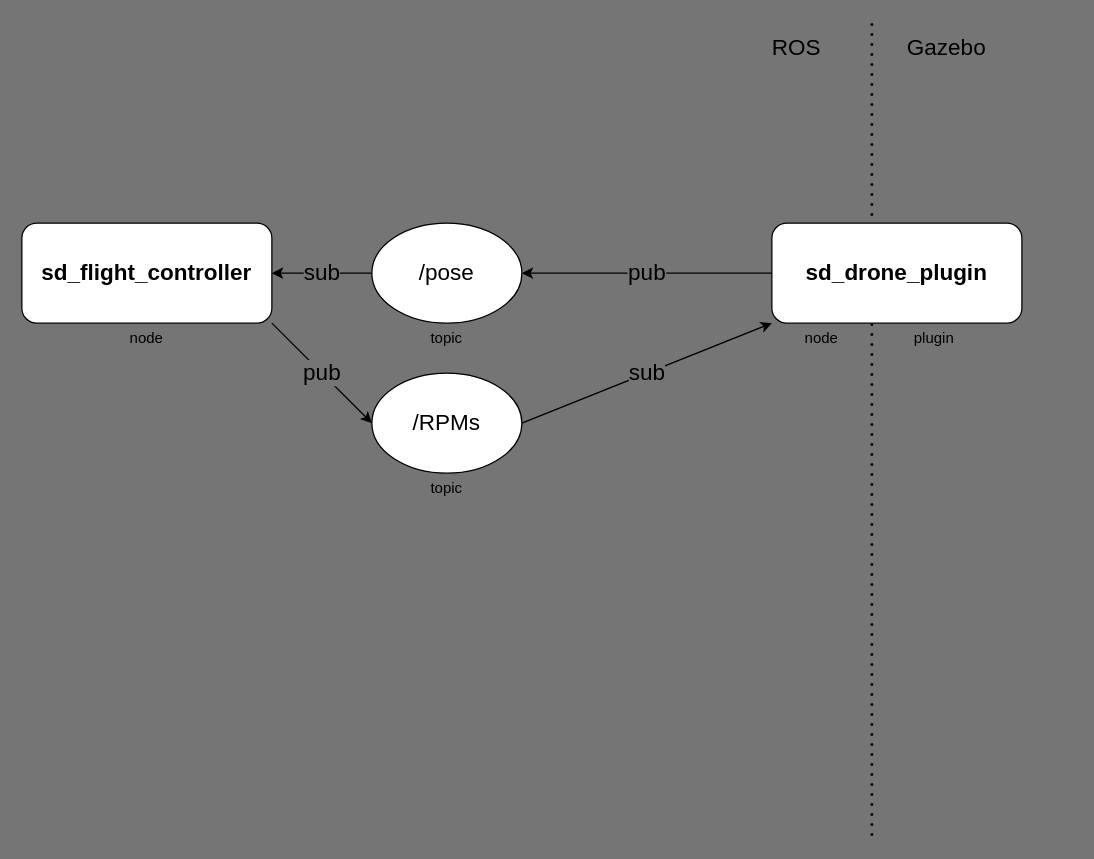
Above: docs/architecture/sd_flight_controller copy.drawio in yusuf-emre-samur/swarm_defense (draw.io), before the change. Source tidied: cells renumbered, new cells numbered last; positions are measured from the earlier drawing's top-left corner, leaving out a move shared by most shapes. Both pictures are drawn from the tidied source at 125%, with x=0, y=0 at pixel (21, 22).
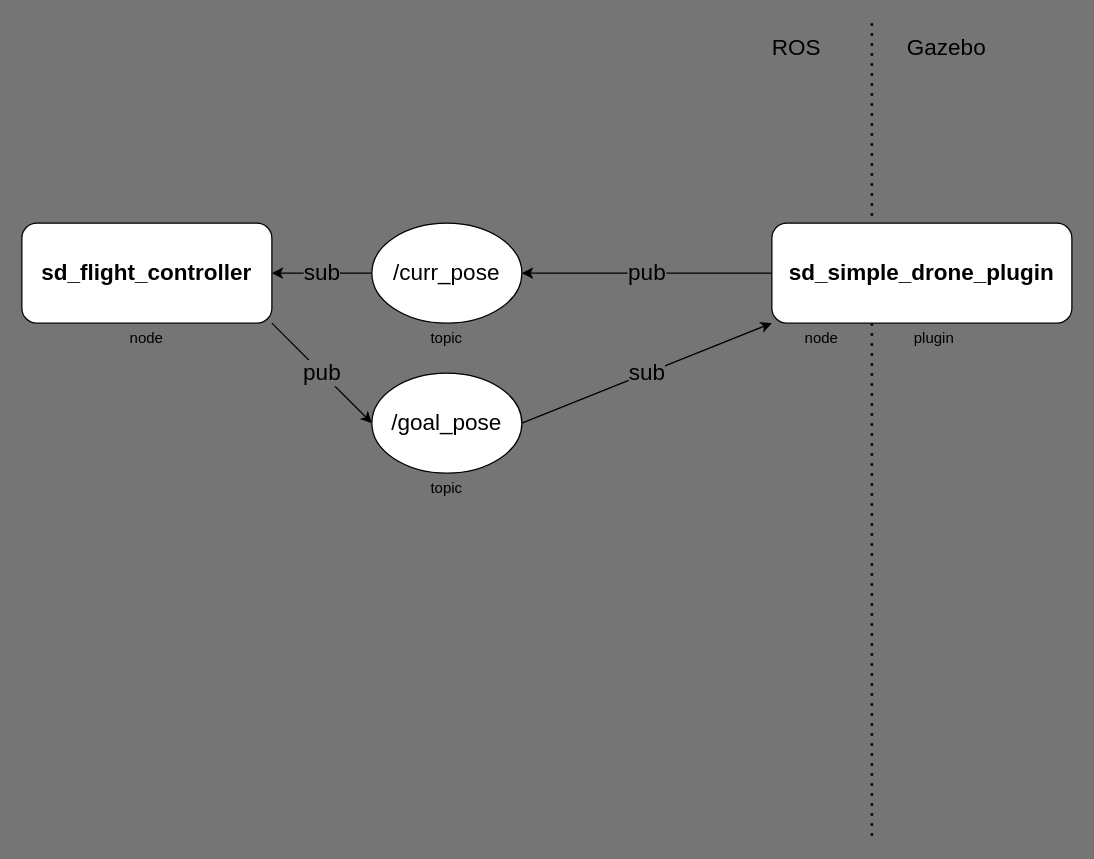
The same diagram, later.

What changed in the source:
```diff
@@
 <mxGraphModel background="#757575">
   <root>
     <mxCell id="0" />
     <mxCell id="1" parent="0" />
     <mxCell id="2" value="pub" style="edgeStyle=none;html=1;entryX=1;entryY=0.5;entryDx=0;entryDy=0;fontSize=18;labelBackgroundColor=#757575;" parent="1" edge="1" source="17" target="6">
       <mxGeometry relative="1" as="geometry" />
     </mxCell>
     <mxCell id="3" value="Gazebo" style="text;html=1;strokeColor=none;fillColor=none;align=center;verticalAlign=middle;whiteSpace=wrap;rounded=0;fontSize=18;" parent="1" vertex="1">
       <mxGeometry x="680" width="120" height="40" as="geometry" />
     </mxCell>
     <mxCell id="4" value="ROS" style="text;html=1;strokeColor=none;fillColor=none;align=center;verticalAlign=middle;whiteSpace=wrap;rounded=0;fontSize=18;" parent="1" vertex="1">
       <mxGeometry x="560" width="120" height="40" as="geometry" />
     </mxCell>
     <mxCell id="5" value="sub" style="edgeStyle=none;html=1;entryX=1;entryY=0.5;entryDx=0;entryDy=0;fontSize=18;labelBackgroundColor=#757575;" parent="1" edge="1" source="6" target="10">
       <mxGeometry relative="1" as="geometry" />
     </mxCell>
-    <mxCell id="6" value="/pose" style="ellipse;whiteSpace=wrap;html=1;fontSize=18;" parent="1" vertex="1">
+    <mxCell id="6" value="/curr_pose" style="ellipse;whiteSpace=wrap;html=1;fontSize=18;" parent="1" vertex="1">
       <mxGeometry x="280" y="160" width="120" height="80" as="geometry" />
     </mxCell>
     <mxCell id="7" value="sub" style="edgeStyle=none;html=1;exitX=1;exitY=0.5;exitDx=0;exitDy=0;entryX=0;entryY=1;entryDx=0;entryDy=0;fontSize=18;labelBackgroundColor=#757575;" parent="1" edge="1" source="8" target="17">
       <mxGeometry relative="1" as="geometry" />
     </mxCell>
-    <mxCell id="8" value="/RPMs" style="ellipse;whiteSpace=wrap;html=1;fontSize=18;" parent="1" vertex="1">
+    <mxCell id="8" value="/goal_pose" style="ellipse;whiteSpace=wrap;html=1;fontSize=18;" parent="1" vertex="1">
       <mxGeometry x="280" y="280" width="120" height="80" as="geometry" />
     </mxCell>
     <mxCell id="9" value="pub" style="edgeStyle=none;html=1;exitX=1;exitY=1;exitDx=0;exitDy=0;entryX=0;entryY=0.5;entryDx=0;entryDy=0;fontSize=18;labelBackgroundColor=#757575;" parent="1" edge="1" source="10" target="8">
       <mxGeometry relative="1" as="geometry" />
     </mxCell>
     <mxCell id="10" value="&lt;font style=&quot;font-size: 18px&quot;&gt;&lt;b&gt;sd_flight_controller&lt;/b&gt;&lt;/font&gt;" style="rounded=1;whiteSpace=wrap;html=1;glass=0;shadow=0;sketch=0;" parent="1" vertex="1">
       <mxGeometry y="160" width="200" height="80" as="geometry" />
     </mxCell>
     <mxCell id="11" style="endArrow=none;dashed=1;html=1;dashPattern=1 3;strokeWidth=2;fontSize=18;" parent="1" edge="1">
       <mxGeometry relative="1" as="geometry">
         <mxPoint x="680" y="650" as="sourcePoint" />
         <mxPoint x="680" as="targetPoint" />
       </mxGeometry>
     </mxCell>
     <mxCell id="12" value="&lt;font style=&quot;font-size: 12px&quot;&gt;node&lt;/font&gt;" style="text;html=1;strokeColor=none;fillColor=none;align=center;verticalAlign=middle;whiteSpace=wrap;rounded=0;fontSize=18;" parent="1" vertex="1">
       <mxGeometry x="610" y="240" width="60" height="20" as="geometry" />
     </mxCell>
     <mxCell id="13" value="&lt;font style=&quot;font-size: 12px&quot;&gt;plugin&lt;/font&gt;" style="text;html=1;strokeColor=none;fillColor=none;align=center;verticalAlign=middle;whiteSpace=wrap;rounded=0;fontSize=18;" parent="1" vertex="1">
       <mxGeometry x="700" y="240" width="60" height="20" as="geometry" />
     </mxCell>
     <mxCell id="14" value="&lt;font style=&quot;font-size: 12px&quot;&gt;topic&lt;/font&gt;" style="text;html=1;strokeColor=none;fillColor=none;align=center;verticalAlign=middle;whiteSpace=wrap;rounded=0;fontSize=18;" parent="1" vertex="1">
       <mxGeometry x="310" y="360" width="60" height="20" as="geometry" />
     </mxCell>
     <mxCell id="15" value="&lt;font style=&quot;font-size: 12px&quot;&gt;topic&lt;/font&gt;" style="text;html=1;strokeColor=none;fillColor=none;align=center;verticalAlign=middle;whiteSpace=wrap;rounded=0;fontSize=18;" parent="1" vertex="1">
       <mxGeometry x="310" y="240" width="60" height="20" as="geometry" />
     </mxCell>
     <mxCell id="16" value="&lt;font style=&quot;font-size: 12px&quot;&gt;node&lt;/font&gt;" style="text;html=1;strokeColor=none;fillColor=none;align=center;verticalAlign=middle;whiteSpace=wrap;rounded=0;fontSize=18;" parent="1" vertex="1">
       <mxGeometry x="70" y="240" width="60" height="20" as="geometry" />
     </mxCell>
-    <mxCell id="17" value="&lt;font style=&quot;font-size: 18px&quot;&gt;&lt;b&gt;sd_drone_plugin&lt;/b&gt;&lt;/font&gt;" style="rounded=1;whiteSpace=wrap;html=1;absoluteArcSize=0;noLabel=0;portConstraintRotation=0;fixDash=0;gradientColor=none;glass=0;shadow=0;sketch=0;" parent="1" vertex="1">
-      <mxGeometry x="600" y="160" width="200" height="80" as="geometry" />
+    <mxCell id="17" value="&lt;font style=&quot;font-size: 18px&quot;&gt;&lt;b&gt;sd_simple_drone_plugin&lt;/b&gt;&lt;/font&gt;" style="rounded=1;whiteSpace=wrap;html=1;absoluteArcSize=0;noLabel=0;portConstraintRotation=0;fixDash=0;gradientColor=none;glass=0;shadow=0;sketch=0;" parent="1" vertex="1">
+      <mxGeometry x="600" y="160" width="240" height="80" as="geometry" />
     </mxCell>
   </root>
 </mxGraphModel>
```
